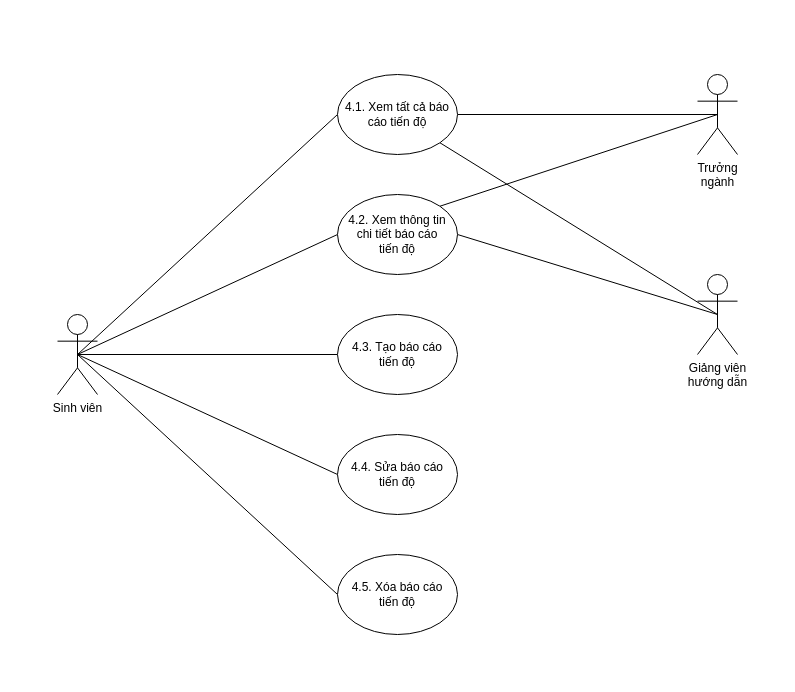
The draw.io diagram page "Quản lý báo cáo tiến độ" (4 of 7) of docs/diagrams/usecase.drawio in doonpy/grasis, before the edit. Source tidied: cells renumbered, new cells numbered last; positions are measured from the earlier drawing's top-left corner, leaving out a move shared by most shapes. Both pictures are drawn from the tidied source at 100%, with x=0, y=0 at pixel (57, 74).
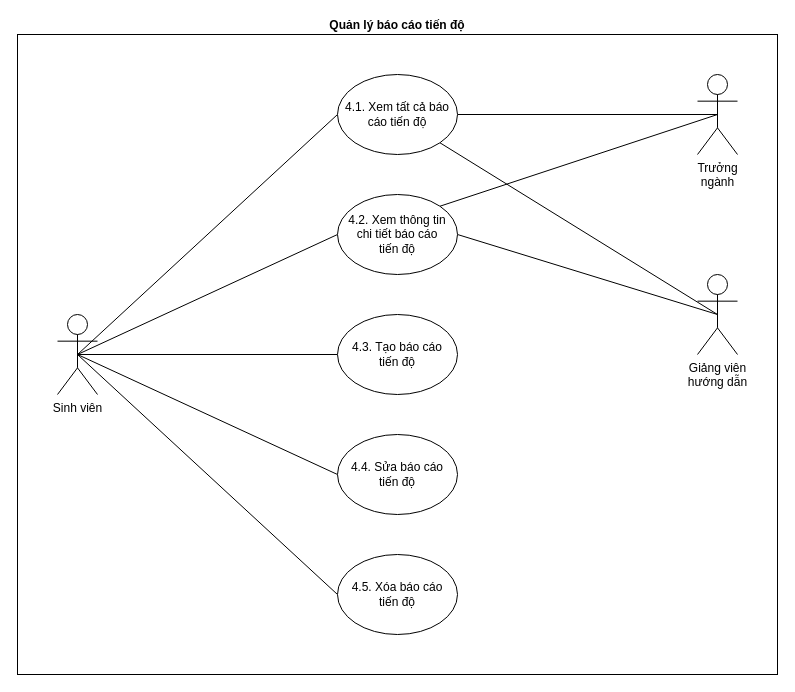
The same page after the edit.

Diff of the diagram source:
```diff
@@
 <mxGraphModel>
   <root>
     <mxCell id="0" />
     <mxCell id="1" parent="0" />
+    <mxCell id="19" value="Quản lý báo cáo tiến độ" style="whiteSpace=wrap;html=1;align=center;labelPosition=center;verticalLabelPosition=top;verticalAlign=bottom;fontStyle=1;" parent="1" vertex="1">
+      <mxGeometry x="-40" y="-40" width="760" height="640" as="geometry" />
+    </mxCell>
     <mxCell id="2" style="edgeStyle=none;rounded=0;jettySize=auto;html=1;exitX=0.5;exitY=0.5;exitDx=0;exitDy=0;exitPerimeter=0;entryX=0;entryY=0.5;entryDx=0;entryDy=0;endArrow=none;endFill=0;" parent="1" edge="1" source="6" target="15">
       <mxGeometry relative="1" as="geometry" />
     </mxCell>
     <mxCell id="3" style="edgeStyle=none;rounded=0;jettySize=auto;html=1;exitX=0.5;exitY=0.5;exitDx=0;exitDy=0;exitPerimeter=0;entryX=0;entryY=0.5;entryDx=0;entryDy=0;endArrow=none;endFill=0;" parent="1" edge="1" source="6" target="16">
       <mxGeometry relative="1" as="geometry" />
     </mxCell>
     <mxCell id="4" style="edgeStyle=none;rounded=0;jettySize=auto;html=1;exitX=0.5;exitY=0.5;exitDx=0;exitDy=0;exitPerimeter=0;entryX=0;entryY=0.5;entryDx=0;entryDy=0;endArrow=none;endFill=0;" parent="1" edge="1" source="6" target="17">
       <mxGeometry relative="1" as="geometry" />
     </mxCell>
     <mxCell id="5" style="edgeStyle=none;rounded=0;jettySize=auto;html=1;exitX=0.5;exitY=0.5;exitDx=0;exitDy=0;exitPerimeter=0;entryX=0;entryY=0.5;entryDx=0;entryDy=0;endArrow=none;endFill=0;" parent="1" edge="1" source="6" target="18">
       <mxGeometry relative="1" as="geometry" />
     </mxCell>
     <mxCell id="6" value="Sinh viên" style="shape=umlActor;verticalLabelPosition=bottom;verticalAlign=top;html=1;outlineConnect=0;" parent="1" vertex="1">
       <mxGeometry y="240" width="40" height="80" as="geometry" />
     </mxCell>
     <mxCell id="7" value="Trưởng&lt;br&gt;ngành" style="shape=umlActor;verticalLabelPosition=bottom;verticalAlign=top;html=1;outlineConnect=0;" parent="1" vertex="1">
       <mxGeometry x="640" width="40" height="80" as="geometry" />
     </mxCell>
     <mxCell id="8" style="edgeStyle=none;rounded=0;jettySize=auto;html=1;exitX=0.5;exitY=0.5;exitDx=0;exitDy=0;exitPerimeter=0;entryX=1;entryY=1;entryDx=0;entryDy=0;endArrow=none;endFill=0;" parent="1" edge="1" source="9" target="12">
       <mxGeometry relative="1" as="geometry" />
     </mxCell>
     <mxCell id="9" value="Giảng viên&lt;br&gt;hướng dẫn" style="shape=umlActor;verticalLabelPosition=bottom;verticalAlign=top;html=1;outlineConnect=0;" parent="1" vertex="1">
       <mxGeometry x="640" y="200" width="40" height="80" as="geometry" />
     </mxCell>
     <mxCell id="10" style="edgeStyle=none;rounded=0;jettySize=auto;html=1;exitX=0;exitY=0.5;exitDx=0;exitDy=0;entryX=0.5;entryY=0.5;entryDx=0;entryDy=0;entryPerimeter=0;endArrow=none;endFill=0;" parent="1" edge="1" source="12" target="6">
       <mxGeometry relative="1" as="geometry" />
     </mxCell>
     <mxCell id="11" style="edgeStyle=none;rounded=0;jettySize=auto;html=1;exitX=1;exitY=0.5;exitDx=0;exitDy=0;entryX=0.5;entryY=0.5;entryDx=0;entryDy=0;entryPerimeter=0;endArrow=none;endFill=0;" parent="1" edge="1" source="12" target="7">
       <mxGeometry relative="1" as="geometry" />
     </mxCell>
     <mxCell id="12" value="4.1. Xem tất cả báo cáo tiến độ" style="ellipse;whiteSpace=wrap;html=1;" parent="1" vertex="1">
       <mxGeometry x="280" width="120" height="80" as="geometry" />
     </mxCell>
     <mxCell id="13" style="edgeStyle=none;rounded=0;jettySize=auto;html=1;exitX=1;exitY=0.5;exitDx=0;exitDy=0;entryX=0.5;entryY=0.5;entryDx=0;entryDy=0;entryPerimeter=0;endArrow=none;endFill=0;" parent="1" edge="1" source="15" target="9">
       <mxGeometry relative="1" as="geometry" />
     </mxCell>
     <mxCell id="14" style="edgeStyle=none;rounded=0;jettySize=auto;html=1;exitX=1;exitY=0;exitDx=0;exitDy=0;entryX=0.5;entryY=0.5;entryDx=0;entryDy=0;entryPerimeter=0;endArrow=none;endFill=0;" parent="1" edge="1" source="15" target="7">
       <mxGeometry relative="1" as="geometry" />
     </mxCell>
     <mxCell id="15" value="4.2. Xem thông tin&lt;br&gt;chi tiết báo cáo &lt;br&gt;tiến độ" style="ellipse;whiteSpace=wrap;html=1;" parent="1" vertex="1">
       <mxGeometry x="280" y="120" width="120" height="80" as="geometry" />
     </mxCell>
     <mxCell id="16" value="4.3. Tạo báo cáo&lt;br&gt;tiến độ" style="ellipse;whiteSpace=wrap;html=1;" parent="1" vertex="1">
       <mxGeometry x="280" y="240" width="120" height="80" as="geometry" />
     </mxCell>
     <mxCell id="17" value="4.4. Sửa báo cáo&lt;br&gt;tiến độ" style="ellipse;whiteSpace=wrap;html=1;" parent="1" vertex="1">
       <mxGeometry x="280" y="360" width="120" height="80" as="geometry" />
     </mxCell>
     <mxCell id="18" value="4.5. Xóa báo cáo&lt;br&gt;tiến độ" style="ellipse;whiteSpace=wrap;html=1;" parent="1" vertex="1">
       <mxGeometry x="280" y="480" width="120" height="80" as="geometry" />
     </mxCell>
   </root>
 </mxGraphModel>
```
